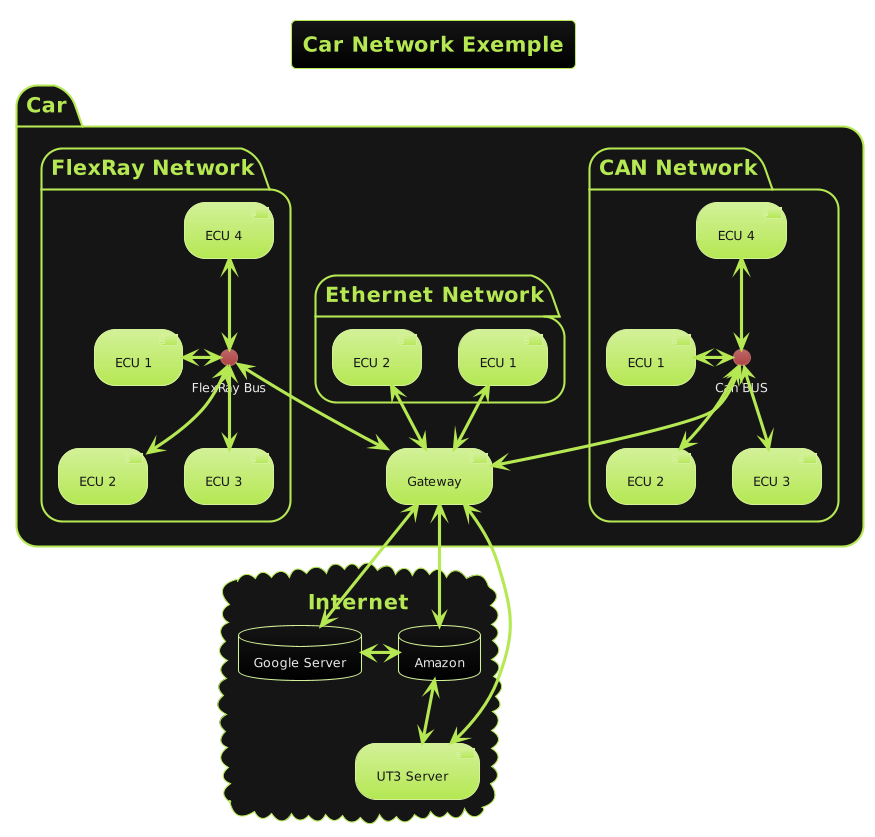
Before: img/gateway_car.png, a diagram exported from PlantUML (MeletChirino/Rapport-Stage-ASTC).
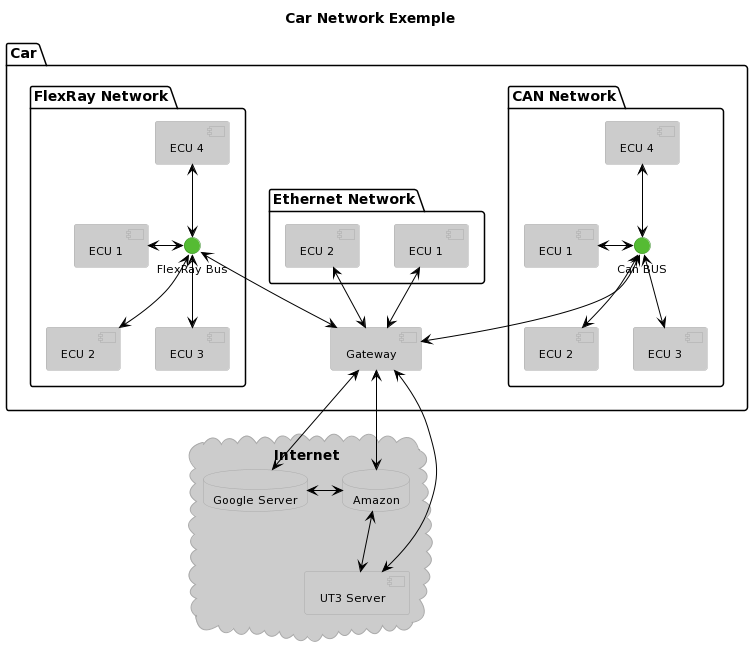
After the commit.

Change to the diagram source:
```diff
@@ -2,471 +2,281 @@
 
 
 
-skinparam BackgroundColor transparent
-skinparam useBetaStyle false
+skinparam stereotypeCBackgroundColor 338822
+skinparam backgroundColor fff
 
 
 
 
 
 
-<style>
-  root {
-    BackgroundColor transparent
-    FontColor #151515
-    HyperLinkColor $ORANGE
-    LineColor #6d8b32
-    LineThickness 1
-    Margin 10
-    Padding 6
-    Shadowing 0.0
-  }
-  node {
-   Padding 15
-   roundcorner 20
-   BackgroundColor #b5e853-#6d8b32
-  }
-  caption {
-    LineThickness 0
-  }
-  footer {
-    LineThickness 0
-  }
-  groupHeader {
-    BackgroundColor #6a9fb5
-    FontColor #aa759f
-    FontStyle bold
-  }
-  header {
-    LineThickness 0
-  }
-  referenceHeader {
-    BackgroundColor transparent
-    FontColor #eaeaea
-    FontStyle bold
-  }
-  separator {
-    BackgroundColor $FGCOLOR
-    FontColor transparent
-    FontStyle bold
-  }
-  title {
-	FontSize 20
-	BorderRoundCorner            8
-	BorderThickness 	         1
-	BackgroundColor  #88b2c4-#6a9fb5
-	FontColor #b5e853
-	BorderColor #6a9fb5
-  }
-  nwdiagDiagram {
-	network {
-			FontColor #151515
-	BorderColor #d3f198
-	BackgroundColor #d3f198-#b5e853
-		LineColor #b5e853
-		LineThickness 1.0
-		FontColor #d3f198
-	}
-	server {
-			FontColor #151515
-	BorderColor #d3f198
-	BackgroundColor #d3f198-#b5e853
-	}
-	arrow {
-		FontColor #d3f198
-		LineColor #d3f198
-	}
-	group {
-		BackGroundColor #151515
-		LineColor $LIGHT_DARK
-		LineThickness 2.0
-		Margin 5
-		Padding 5
-	}
-  }
-  ganttDiagram {
-	task {
-			FontColor #151515
-	BorderColor #d3f198
-	BackgroundColor #d3f198-#b5e853
-		LineColor #b5e853
-		Margin 10
-		Padding 6
-	}
-	note {
-		FontColor $INFO_TEXT
-		LineColor #885E7F
-		BackGroundColor #aa759f
-	}
-	separator {
-		LineColor #6a9fb5
-		BackGroundColor #6a9fb5-#557f91
-		FontColor #fefefe
-	}
-	milestone {
-		FontColor #aa759f
-		FontSize 16
-		FontStyle italic
-		BackGroundColor #6a9fb5
-		LineColor #557f91
-	}
-	timeline {
-		BackgroundColor #6a9fb5
-		FontColor #fefefe
-	}
-	closed {
-		BackgroundColor $WARNING_DARK
-		FontColor #151515
-	}
-  }
-</style>
-skinparam defaultFontName       "Verdana"
-skinparam defaultFontSize       12
-skinparam dpi                   100
-skinparam shadowing             false
-skinparam roundcorner           40
-skinparam ParticipantPadding    40
-skinparam BoxPadding            40
-skinparam Padding               5
-skinparam ArrowColor            #eaeaea
-skinparam stereotype {
-    CBackgroundColor #557f91
-    CBorderColor #88b2c4
-    ABackgroundColor #a6ba7a
-    ABorderColor $SUCCESS_DARK
-    IBackgroundColor #bd6768
-    IBorderColor $DANGER_DARK
-    EBackgroundColor #f6cc91
-    EBorderColor $WARNING_DARK
-    NBackgroundColor #bb91b2
-    NBorderColor #885E7F
-}
-skinparam title {
-	FontColor	                 #b5e853
-	BorderColor	                 #b5e853
-	FontSize	    	         20
-	BorderRoundCorner            8
-	BorderThickness 	         1
-	BackgroundColor              #151515-black
+
+skinparam circledCharacter {
+  radius 8
+  fontSize 11
+  fontName Verdana
 }
 
+skinparam class {
+    backgroundColor ccc
+  borderColor aaa
+    fontColor 000
+  fontName Verdana
+  fontSize 11
+  stereotypeFontColor 333
+  stereotypeFontSize 11
+    arrowColor 000
+  arrowFontName Verdana
+  arrowFontColor 333
+  arrowFontSize 11
 
-skinparam legend {
-	BackgroundColor #6a9fb5
-	BorderColor #557f91
-	FontColor #eaeaea
-}
-
-skinparam swimlane {
-	BorderColor #aa759f
-	BorderThickness 2
-	TitleBackgroundColor  #88b2c4-#6a9fb5
-	TitleFontColor #b5e853
-}
-
-
-skinparam activity {
-		FontColor #151515
-	BorderColor #d3f198
-	BackgroundColor #d3f198-#b5e853
-	BarColor #90a959
-	StartColor #aa759f
-	EndColor #aa759f
-	DiamondBackgroundColor #88b2c4-#6a9fb5
-  	DiamondBorderColor #88b2c4
-  	DiamondFontColor #fefefe
-}
-
-
-skinparam participant {
-		FontColor #151515
-	BorderColor #d3f198
-	BackgroundColor #d3f198-#b5e853
-	BorderThickness 2
+  attributeFontColor 333
+  attributeFontSize 11
+  attributeIconSize 11
 }
 
 
 skinparam actor {
-		FontColor #151515
-	BorderColor #d3f198
-	BackgroundColor #d3f198-#b5e853
-	FontColor #eaeaea
+    backgroundColor 55BB33
+  borderColor 338822
+    fontColor 000
+  fontName Verdana
+  fontSize 11
+  stereotypeFontColor 333
+  stereotypeFontSize 11
+}
+
+skinparam participant {
+    backgroundColor ccc
+  borderColor aaa
+    fontColor 000
+  fontName Verdana
+  fontSize 11
+  stereotypeFontColor 333
+  stereotypeFontSize 11
+}
+
+skinparam collections {
+    backgroundColor ccc
+  borderColor aaa
+    fontColor 000
+  fontName Verdana
+  fontSize 11
+  stereotypeFontColor 333
+  stereotypeFontSize 11
+}
+
+skinparam SequenceBox{
+    backgroundColor e0e0e0
+  borderColor cccccc
+    fontColor 000
+  fontName Verdana
+  fontSize 11
+  stereotypeFontColor 333
+  stereotypeFontSize 11
 }
 
 
-skinparam arrow {
-	Thickness 3
-	Color #b5e853
-	FontColor $FGCOLOR
+skinparam interface {
+    backgroundColor 55BB33
+  borderColor 338822
+    fontColor 000
+  fontName Verdana
+  fontSize 11
+  stereotypeFontColor 333
+  stereotypeFontSize 11
+}
+
+skinparam component {
+    backgroundColor ccc
+  borderColor aaa
+    fontColor 000
+  fontName Verdana
+  fontSize 11
+  stereotypeFontColor 333
+  stereotypeFontSize 11
+}
+
+skinparam node {
+    backgroundColor ccc
+  borderColor aaa
+    fontColor 000
+  fontName Verdana
+  fontSize 11
+  stereotypeFontColor 333
+  stereotypeFontSize 11
+}
+
+skinparam database {
+    backgroundColor ccc
+  borderColor aaa
+    fontColor 000
+  fontName Verdana
+  fontSize 11
+  stereotypeFontColor 333
+  stereotypeFontSize 11
+}
+
+skinparam queue {
+    backgroundColor ccc
+  borderColor aaa
+    fontColor 000
+  fontName Verdana
+  fontSize 11
+  stereotypeFontColor 333
+  stereotypeFontSize 11
 }
 
 
+skinparam usecase {
+    backgroundColor ccc
+  borderColor aaa
+    fontColor 000
+  fontName Verdana
+  fontSize 11
+  stereotypeFontColor 333
+  stereotypeFontSize 11
+    arrowColor 000
+  arrowFontName Verdana
+  arrowFontColor 333
+  arrowFontSize 11
+}
+
+skinparam activity {
+    backgroundColor ccc
+  borderColor aaa
+    fontColor 000
+  fontName Verdana
+  fontSize 11
+  stereotypeFontColor 333
+  stereotypeFontSize 11
+    arrowColor 000
+  arrowFontName Verdana
+  arrowFontColor 333
+  arrowFontSize 11
+}
+
 skinparam sequence {
-	BorderColor #b5e853
-	TitleFontColor #b5e853
-	BackgroundColor transparent
-	StartColor #b5e853
-	EndColor #b5e853
-	BoxBackgroundColor transparent
-	BoxBorderColor #eaeaea
-	BoxFontColor #eaeaea
-	DelayFontColor #eaeaea
-	LifeLineBorderColor #6a9fb5
-	LifeLineBorderThickness 2
-	LifeLineBackgroundColor #557f91
-	GroupBackgroundColor #151515
-	GroupBorderColor #eaeaea
-	GroupFontColor #eaeaea
-	GroupHeaderFontColor #aa759f
-	GroupHeaderBackgroundColor transparent
-	DividerBackgroundColor #eaeaea
-    DividerBorderColor #eaeaea
-    DividerBorderThickness 2
-    DividerFontColor #151515
-	ReferenceBackgroundColor transparent
-	ReferenceBorderColor #eaeaea
-	ReferenceFontColor #eaeaea
-	ReferenceHeaderBackgroundColor #151515
-	StereotypeFontColor #151515
+    fontColor 000
+  fontName Verdana
+  fontSize 11
+  stereotypeFontColor 333
+  stereotypeFontSize 11
+    arrowColor 000
+  arrowFontName Verdana
+  arrowFontColor 333
+  arrowFontSize 11
+
+  lifeLineBorderColor 55BB33
+  lifeLineBackgroundColor e0e0e0
+}
+
+skinparam boundary {
+    backgroundColor 55BB33
+  borderColor 338822
+    fontColor 000
+  fontName Verdana
+  fontSize 11
+  stereotypeFontColor 333
+  stereotypeFontSize 11
+}
+
+skinparam control {
+    backgroundColor 55BB33
+  borderColor 338822
+    fontColor 000
+  fontName Verdana
+  fontSize 11
+  stereotypeFontColor 333
+  stereotypeFontSize 11
+}
+
+skinparam entity {
+    backgroundColor 55BB33
+  borderColor 338822
+    fontColor 000
+  fontName Verdana
+  fontSize 11
+  stereotypeFontColor 333
+  stereotypeFontSize 11
 }
 
 
-skinparam partition {
-	BorderColor #b5e853
-	FontColor #b5e853
-	BackgroundColor #151515-black
+skinparam state {
+    backgroundColor ccc
+  borderColor aaa
+    fontColor 000
+  fontName Verdana
+  fontSize 11
+  stereotypeFontColor 333
+  stereotypeFontSize 11
+    arrowColor 000
+  arrowFontName Verdana
+  arrowFontColor 333
+  arrowFontSize 11
+  startColor 55BB33
+  endColor 338822
 }
 
 
-skinparam collections {
-		FontColor #151515
-	BorderColor #d3f198
-	BackgroundColor #d3f198-#b5e853
-}
-
-
-skinparam control {
-		FontColor #151515
-	BorderColor #d3f198
-	BackgroundColor #d3f198-#b5e853
-	FontColor #eaeaea
-}
-
-
-skinparam entity {
-		FontColor #151515
-	BorderColor #d3f198
-	BackgroundColor #d3f198-#b5e853
-	FontColor #eaeaea
-}
-
-
-skinparam boundary {
-		FontColor #151515
-	BorderColor #d3f198
-	BackgroundColor #d3f198-#b5e853
-	FontColor #eaeaea
-}
-
-
-skinparam agent {
-	BackgroundColor #f6cc91-#f4bf75
-	BorderColor #f6cc91
-	FontColor #eaeaea
+skinparam object {
+    backgroundColor ccc
+  borderColor aaa
+    fontColor 000
+  fontName Verdana
+  fontSize 11
+  stereotypeFontColor 333
+  stereotypeFontSize 11
+    arrowColor 000
+  arrowFontName Verdana
+  arrowFontColor 333
+  arrowFontSize 11
 }
 
 
 skinparam note {
-	BorderThickness 1
-	BackgroundColor #bb91b2-#885E7F
-	BorderColor #885E7F
-	FontColor $WHITE
+    backgroundColor 55BB33
+  borderColor 338822
+    fontColor 000
+  fontName Verdana
+  fontSize 11
+  stereotypeFontColor 333
+  stereotypeFontSize 11
 }
 
-
-skinparam artifact {
-	BackgroundColor #eaeaea
-	BorderColor white
-	FontColor #151515
+skinparam cloud {
+    backgroundColor ccc
+  borderColor aaa
+    fontColor 000
+  fontName Verdana
+  fontSize 11
+  stereotypeFontColor 333
+  stereotypeFontSize 11
+    arrowColor 000
+  arrowFontName Verdana
+  arrowFontColor 333
+  arrowFontSize 11
 }
 
-
-skinparam component {
-		FontColor #151515
-	BorderColor #d3f198
-	BackgroundColor #d3f198-#b5e853
+skinparam rectangle {
+    backgroundColor ccc
+  borderColor aaa
+    fontColor 000
+  fontName Verdana
+  fontSize 11
+  stereotypeFontColor 333
+  stereotypeFontSize 11
 }
 
-
-skinparam interface {
-	BackgroundColor  #bd6768-#ac4142
-	BorderColor  #bd6768
-	FontColor #eaeaea
+skinparam storage {
+    backgroundColor ccc
+  borderColor aaa
+    fontColor 000
+  fontName Verdana
+  fontSize 11
+  stereotypeFontColor 333
+  stereotypeFontSize 11
 }
-
-
-skinparam storage {
-	BackgroundColor #f6cc91-#f4bf75
-  	BorderColor #f6cc91
-	FontColor #151515
-}
-
-
-skinparam node {
-	BackgroundColor  #151515-black
-	BorderColor #d3f198
-	FontColor #eaeaea
-}
-
-
-skinparam cloud {
-	BackgroundColor transparent
-	BorderColor #eaeaea
-	FontColor #eaeaea
-}
-
-
-skinparam database {
-	BackgroundColor  #151515-black
-	BorderColor #d3f198
-	FontColor #eaeaea
-}
-
-
-skinparam class {
-		FontColor #151515
-	BorderColor #d3f198
-	BackgroundColor #d3f198-#b5e853
-	HeaderBackgroundColor #d3f198-#b5e853
-	StereotypeFontColor #eaeaea
-	BorderThickness 1
-	AttributeFontColor #151515
-	AttributeFontSize 11
-}
-
-
-skinparam object {
-		FontColor #151515
-	BorderColor #d3f198
-	BackgroundColor #d3f198-#b5e853
-	StereotypeFontColor #eaeaea
-	BorderThickness 1
-	AttributeFontColor #151515
-	AttributeFontSize 11
-}
-
-
-skinparam usecase {
-		FontColor #151515
-	BorderColor #d3f198
-	BackgroundColor #d3f198-#b5e853
-	BorderThickness 2
-	StereotypeFontColor #b5e853
-}
-
-
-skinparam rectangle {
-	BackgroundColor transparent
-	BorderColor #b5e853
-	BorderThickness 2
-	FontColor #6d8b32
-	StereotypeFontColor #b5e853
-}
-
-
-skinparam package {
-	BackgroundColor #151515
-  	BorderColor #b5e853
-	FontColor #b5e853
-	BorderThickness 2
-}
-
-
-skinparam folder {
-	BackgroundColor #151515-black
-  	BorderColor #f4bf75
-	FontColor #f4bf75
-	BorderThickness 2
-}
-
-
-skinparam frame {
-	BackgroundColor #151515-black
-  	BorderColor #aa759f
-	FontColor #aa759f
-	BorderThickness 2
-}
-
-
-skinparam state {
-		FontColor #151515
-	BorderColor #d3f198
-	BackgroundColor #d3f198-#b5e853
-	StartColor #aa759f
-	EndColor #aa759f
-	AttributeFontColor #fefefe
-	AttributeFontSize 11
-}
-
-
-skinparam queue {
-		FontColor #151515
-	BorderColor #d3f198
-	BackgroundColor #d3f198-#b5e853
-}
-
-
-skinparam card {
-	BackgroundColor #bb91b2-#aa759f
-	BorderColor #bb91b2
-	FontColor $INFO_TEXT
-}
-
-
-skinparam file {
-	BackgroundColor #88b2c4-#6a9fb5
-	BorderColor #88b2c4
-	FontColor #eaeaea
-}
-
-
-skinparam stack {
-		FontColor #151515
-	BorderColor #d3f198
-	BackgroundColor #d3f198-#b5e853
-}
-
-<style>
-mindmapDiagram, wbsDiagram {
-    element {
-	    	FontColor #151515
-	BorderColor #d3f198
-	BackgroundColor #d3f198-#b5e853
-	}
-	:depth(0) {
-        fontSize 16
-        fontStyle bold
-        fontColor #6a9fb5
-    }
-    :depth(1) {
-        fontSize 14
-        padding 5
-        fontStyle bold
-    }
-    :depth(2) {
-        fontSize 12
-        padding 4
-    }
-    :depth(3) {
-        fontSize 11
-        padding 3
-        fontColor #aa759f
-    }
-
-}
-</style>
-
-
 title "Car Network Exemple"
 
 package "Car"{
```
